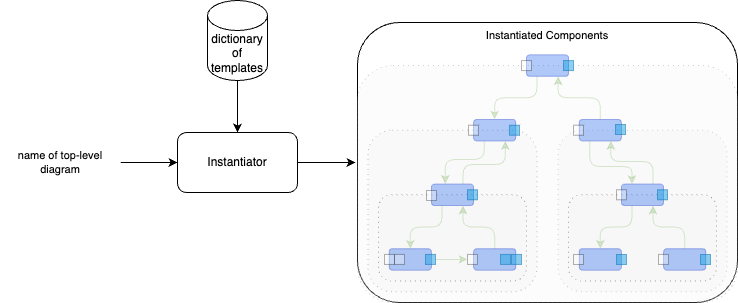
This is helloworld0d/doc/media/image4.png from guitarvydas/onward, a draw.io export, as it was before one commit. Source tidied: cells renumbered, new cells last; positions are measured from the earlier drawing's top-left corner, leaving out a move shared by most shapes.
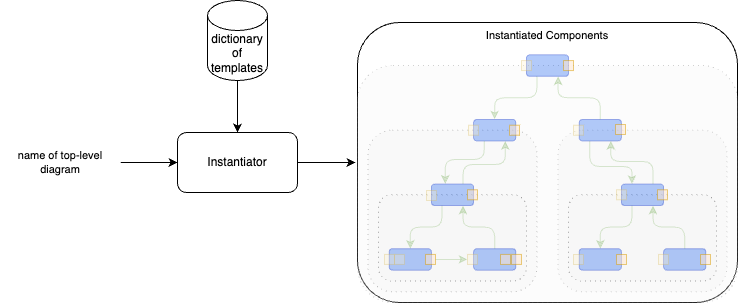
Later version of the same file.

What changed in the source:
```diff
@@ -100,67 +100,67 @@
     <mxCell id="27" style="rounded=1;whiteSpace=wrap;html=1;fillColor=#0050ef;fontColor=#ffffff;strokeColor=#001DBC;opacity=30;" parent="3" vertex="1">
       <mxGeometry x="306.1" y="226.2" width="42.2" height="21.5" as="geometry" />
     </mxCell>
-    <mxCell id="28" style="rounded=1;whiteSpace=wrap;html=1;fontFamily=Helvetica;fontSize=11;labelBackgroundColor=default;opacity=30;arcSize=0;" parent="3" vertex="1">
+    <mxCell id="28" style="rounded=1;whiteSpace=wrap;html=1;fontFamily=Helvetica;fontSize=11;labelBackgroundColor=default;opacity=30;arcSize=0;fillColor=#fff2cc;strokeColor=#d6b656;" parent="3" vertex="1">
       <mxGeometry x="27" y="231.9" width="10" height="10" as="geometry" />
     </mxCell>
-    <mxCell id="29" style="rounded=1;whiteSpace=wrap;html=1;fontFamily=Helvetica;fontSize=11;labelBackgroundColor=default;opacity=30;arcSize=0;" parent="3" vertex="1">
+    <mxCell id="29" style="rounded=1;whiteSpace=wrap;html=1;fontFamily=Helvetica;fontSize=11;labelBackgroundColor=default;opacity=30;arcSize=0;fillColor=#fff2cc;strokeColor=#d6b656;" parent="3" vertex="1">
       <mxGeometry x="37" y="231.9" width="10" height="10" as="geometry" />
     </mxCell>
-    <mxCell id="30" style="rounded=1;whiteSpace=wrap;html=1;fontFamily=Helvetica;fontSize=11;labelBackgroundColor=default;opacity=30;arcSize=0;" parent="3" vertex="1">
+    <mxCell id="30" style="rounded=1;whiteSpace=wrap;html=1;fontFamily=Helvetica;fontSize=11;labelBackgroundColor=default;opacity=30;arcSize=0;fillColor=#fff2cc;strokeColor=#d6b656;" parent="3" vertex="1">
       <mxGeometry x="110" y="231.9" width="10" height="10" as="geometry" />
     </mxCell>
     <mxCell id="31" style="edgeStyle=orthogonalEdgeStyle;curved=0;rounded=1;jettySize=auto;html=1;exitX=1;exitY=0.5;exitDx=0;exitDy=0;strokeColor=#82b366;align=center;verticalAlign=middle;fontFamily=Helvetica;fontSize=11;fontColor=default;labelBackgroundColor=default;endArrow=classic;entryX=0;entryY=0.5;entryDx=0;entryDy=0;opacity=30;fillColor=#d5e8d4;" parent="3" edge="1" source="32" target="30">
       <mxGeometry relative="1" as="geometry" />
     </mxCell>
-    <mxCell id="32" style="rounded=1;whiteSpace=wrap;html=1;fontFamily=Helvetica;fontSize=11;labelBackgroundColor=default;fillColor=#1ba1e2;strokeColor=#006EAF;opacity=50;arcSize=0;fontColor=#ffffff;" parent="3" vertex="1">
+    <mxCell id="32" style="rounded=1;whiteSpace=wrap;html=1;fontFamily=Helvetica;fontSize=11;labelBackgroundColor=default;fillColor=#ffe6cc;strokeColor=#d79b00;opacity=50;arcSize=0;" parent="3" vertex="1">
       <mxGeometry x="68" y="231.9" width="10" height="10" as="geometry" />
     </mxCell>
-    <mxCell id="33" style="rounded=1;whiteSpace=wrap;html=1;fontFamily=Helvetica;fontSize=11;labelBackgroundColor=default;fillColor=#1ba1e2;strokeColor=#006EAF;opacity=50;arcSize=0;fontColor=#ffffff;" parent="3" vertex="1">
+    <mxCell id="33" style="rounded=1;whiteSpace=wrap;html=1;fontFamily=Helvetica;fontSize=11;labelBackgroundColor=default;fillColor=#ffe6cc;strokeColor=#d79b00;opacity=50;arcSize=0;" parent="3" vertex="1">
       <mxGeometry x="143" y="231.9" width="10" height="10" as="geometry" />
     </mxCell>
-    <mxCell id="34" style="rounded=1;whiteSpace=wrap;html=1;fontFamily=Helvetica;fontSize=11;labelBackgroundColor=default;fillColor=#1ba1e2;strokeColor=#006EAF;opacity=50;arcSize=0;fontColor=#ffffff;" parent="3" vertex="1">
+    <mxCell id="34" style="rounded=1;whiteSpace=wrap;html=1;fontFamily=Helvetica;fontSize=11;labelBackgroundColor=default;fillColor=#ffe6cc;strokeColor=#d79b00;opacity=50;arcSize=0;" parent="3" vertex="1">
       <mxGeometry x="154" y="231.9" width="10" height="10" as="geometry" />
     </mxCell>
-    <mxCell id="35" style="rounded=1;whiteSpace=wrap;html=1;fontFamily=Helvetica;fontSize=11;labelBackgroundColor=default;fillColor=#1ba1e2;strokeColor=#006EAF;opacity=50;arcSize=0;fontColor=#ffffff;" parent="3" vertex="1">
+    <mxCell id="35" style="rounded=1;whiteSpace=wrap;html=1;fontFamily=Helvetica;fontSize=11;labelBackgroundColor=default;fillColor=#ffe6cc;strokeColor=#d79b00;opacity=50;arcSize=0;" parent="3" vertex="1">
       <mxGeometry x="110" y="167.3" width="10" height="10" as="geometry" />
     </mxCell>
-    <mxCell id="36" style="rounded=1;whiteSpace=wrap;html=1;fontFamily=Helvetica;fontSize=11;labelBackgroundColor=default;fillColor=#1ba1e2;strokeColor=#006EAF;opacity=50;arcSize=0;fontColor=#ffffff;" parent="3" vertex="1">
+    <mxCell id="36" style="rounded=1;whiteSpace=wrap;html=1;fontFamily=Helvetica;fontSize=11;labelBackgroundColor=default;fillColor=#ffe6cc;strokeColor=#d79b00;opacity=50;arcSize=0;" parent="3" vertex="1">
       <mxGeometry x="152" y="102.7" width="10" height="10" as="geometry" />
     </mxCell>
-    <mxCell id="37" style="rounded=1;whiteSpace=wrap;html=1;fontFamily=Helvetica;fontSize=11;labelBackgroundColor=default;fillColor=#1ba1e2;strokeColor=#006EAF;opacity=50;arcSize=0;fontColor=#ffffff;" parent="3" vertex="1">
+    <mxCell id="37" style="rounded=1;whiteSpace=wrap;html=1;fontFamily=Helvetica;fontSize=11;labelBackgroundColor=default;fillColor=#ffe6cc;strokeColor=#d79b00;opacity=50;arcSize=0;" parent="3" vertex="1">
       <mxGeometry x="258" y="102" width="10" height="10" as="geometry" />
     </mxCell>
-    <mxCell id="38" style="rounded=1;whiteSpace=wrap;html=1;fontFamily=Helvetica;fontSize=11;labelBackgroundColor=default;fillColor=#1ba1e2;strokeColor=#006EAF;opacity=50;arcSize=0;fontColor=#ffffff;" parent="3" vertex="1">
+    <mxCell id="38" style="rounded=1;whiteSpace=wrap;html=1;fontFamily=Helvetica;fontSize=11;labelBackgroundColor=default;fillColor=#ffe6cc;strokeColor=#d79b00;opacity=50;arcSize=0;" parent="3" vertex="1">
       <mxGeometry x="300" y="167.3" width="10" height="10" as="geometry" />
     </mxCell>
-    <mxCell id="39" style="rounded=1;whiteSpace=wrap;html=1;fontFamily=Helvetica;fontSize=11;labelBackgroundColor=default;fillColor=#1ba1e2;strokeColor=#006EAF;opacity=50;arcSize=0;fontColor=#ffffff;" parent="3" vertex="1">
+    <mxCell id="39" style="rounded=1;whiteSpace=wrap;html=1;fontFamily=Helvetica;fontSize=11;labelBackgroundColor=default;fillColor=#ffe6cc;strokeColor=#d79b00;opacity=50;arcSize=0;" parent="3" vertex="1">
       <mxGeometry x="259" y="232" width="10" height="10" as="geometry" />
     </mxCell>
-    <mxCell id="40" style="rounded=1;whiteSpace=wrap;html=1;fontFamily=Helvetica;fontSize=11;labelBackgroundColor=default;fillColor=#1ba1e2;strokeColor=#006EAF;opacity=50;arcSize=0;fontColor=#ffffff;" parent="3" vertex="1">
+    <mxCell id="40" style="rounded=1;whiteSpace=wrap;html=1;fontFamily=Helvetica;fontSize=11;labelBackgroundColor=default;fillColor=#ffe6cc;strokeColor=#d79b00;opacity=50;arcSize=0;" parent="3" vertex="1">
       <mxGeometry x="343" y="232" width="10" height="10" as="geometry" />
     </mxCell>
-    <mxCell id="41" style="rounded=1;whiteSpace=wrap;html=1;fontFamily=Helvetica;fontSize=11;labelBackgroundColor=default;fillColor=#1ba1e2;strokeColor=#006EAF;opacity=50;arcSize=0;fontColor=#ffffff;" parent="3" vertex="1">
+    <mxCell id="41" style="rounded=1;whiteSpace=wrap;html=1;fontFamily=Helvetica;fontSize=11;labelBackgroundColor=default;fillColor=#ffe6cc;strokeColor=#d79b00;opacity=50;arcSize=0;" parent="3" vertex="1">
       <mxGeometry x="206" y="38.1" width="10" height="10" as="geometry" />
     </mxCell>
-    <mxCell id="42" style="rounded=1;whiteSpace=wrap;html=1;fontFamily=Helvetica;fontSize=11;labelBackgroundColor=default;opacity=30;arcSize=0;" parent="3" vertex="1">
+    <mxCell id="42" style="rounded=1;whiteSpace=wrap;html=1;fontFamily=Helvetica;fontSize=11;labelBackgroundColor=default;opacity=30;arcSize=0;fillColor=#fff2cc;strokeColor=#d6b656;" parent="3" vertex="1">
       <mxGeometry x="69" y="168" width="10" height="10" as="geometry" />
     </mxCell>
-    <mxCell id="43" style="rounded=1;whiteSpace=wrap;html=1;fontFamily=Helvetica;fontSize=11;labelBackgroundColor=default;opacity=30;arcSize=0;" parent="3" vertex="1">
+    <mxCell id="43" style="rounded=1;whiteSpace=wrap;html=1;fontFamily=Helvetica;fontSize=11;labelBackgroundColor=default;opacity=30;arcSize=0;fillColor=#fff2cc;strokeColor=#d6b656;" parent="3" vertex="1">
       <mxGeometry x="111" y="102.7" width="10" height="10" as="geometry" />
     </mxCell>
-    <mxCell id="44" style="rounded=1;whiteSpace=wrap;html=1;fontFamily=Helvetica;fontSize=11;labelBackgroundColor=default;opacity=30;arcSize=0;" parent="3" vertex="1">
+    <mxCell id="44" style="rounded=1;whiteSpace=wrap;html=1;fontFamily=Helvetica;fontSize=11;labelBackgroundColor=default;opacity=30;arcSize=0;fillColor=#fff2cc;strokeColor=#d6b656;" parent="3" vertex="1">
       <mxGeometry x="164" y="38.1" width="10" height="10" as="geometry" />
     </mxCell>
-    <mxCell id="45" style="rounded=1;whiteSpace=wrap;html=1;fontFamily=Helvetica;fontSize=11;labelBackgroundColor=default;opacity=30;arcSize=0;" parent="3" vertex="1">
+    <mxCell id="45" style="rounded=1;whiteSpace=wrap;html=1;fontFamily=Helvetica;fontSize=11;labelBackgroundColor=default;opacity=30;arcSize=0;fillColor=#fff2cc;strokeColor=#d6b656;" parent="3" vertex="1">
       <mxGeometry x="216" y="102.7" width="10" height="10" as="geometry" />
     </mxCell>
-    <mxCell id="46" style="rounded=1;whiteSpace=wrap;html=1;fontFamily=Helvetica;fontSize=11;labelBackgroundColor=default;opacity=30;arcSize=0;" parent="3" vertex="1">
+    <mxCell id="46" style="rounded=1;whiteSpace=wrap;html=1;fontFamily=Helvetica;fontSize=11;labelBackgroundColor=default;opacity=30;arcSize=0;fillColor=#fff2cc;strokeColor=#d6b656;" parent="3" vertex="1">
       <mxGeometry x="259" y="167.3" width="10" height="10" as="geometry" />
     </mxCell>
-    <mxCell id="47" style="rounded=1;whiteSpace=wrap;html=1;fontFamily=Helvetica;fontSize=11;labelBackgroundColor=default;opacity=30;arcSize=0;" parent="3" vertex="1">
+    <mxCell id="47" style="rounded=1;whiteSpace=wrap;html=1;fontFamily=Helvetica;fontSize=11;labelBackgroundColor=default;opacity=30;arcSize=0;fillColor=#fff2cc;strokeColor=#d6b656;" parent="3" vertex="1">
       <mxGeometry x="216" y="232" width="10" height="10" as="geometry" />
     </mxCell>
-    <mxCell id="48" style="rounded=1;whiteSpace=wrap;html=1;fontFamily=Helvetica;fontSize=11;labelBackgroundColor=default;opacity=30;arcSize=0;" parent="3" vertex="1">
+    <mxCell id="48" style="rounded=1;whiteSpace=wrap;html=1;fontFamily=Helvetica;fontSize=11;labelBackgroundColor=default;opacity=30;arcSize=0;fillColor=#fff2cc;strokeColor=#d6b656;" parent="3" vertex="1">
       <mxGeometry x="301" y="231.9" width="10" height="10" as="geometry" />
     </mxCell>
     <mxCell id="49" style="edgeStyle=orthogonalEdgeStyle;curved=0;rounded=1;jettySize=auto;html=1;entryX=-0.005;entryY=0.409;entryDx=0;entryDy=0;entryPerimeter=0;strokeColor=default;align=center;verticalAlign=middle;fontFamily=Helvetica;fontSize=11;fontColor=default;labelBackgroundColor=default;endArrow=classic;" parent="1" edge="1" source="2" target="5">
```
